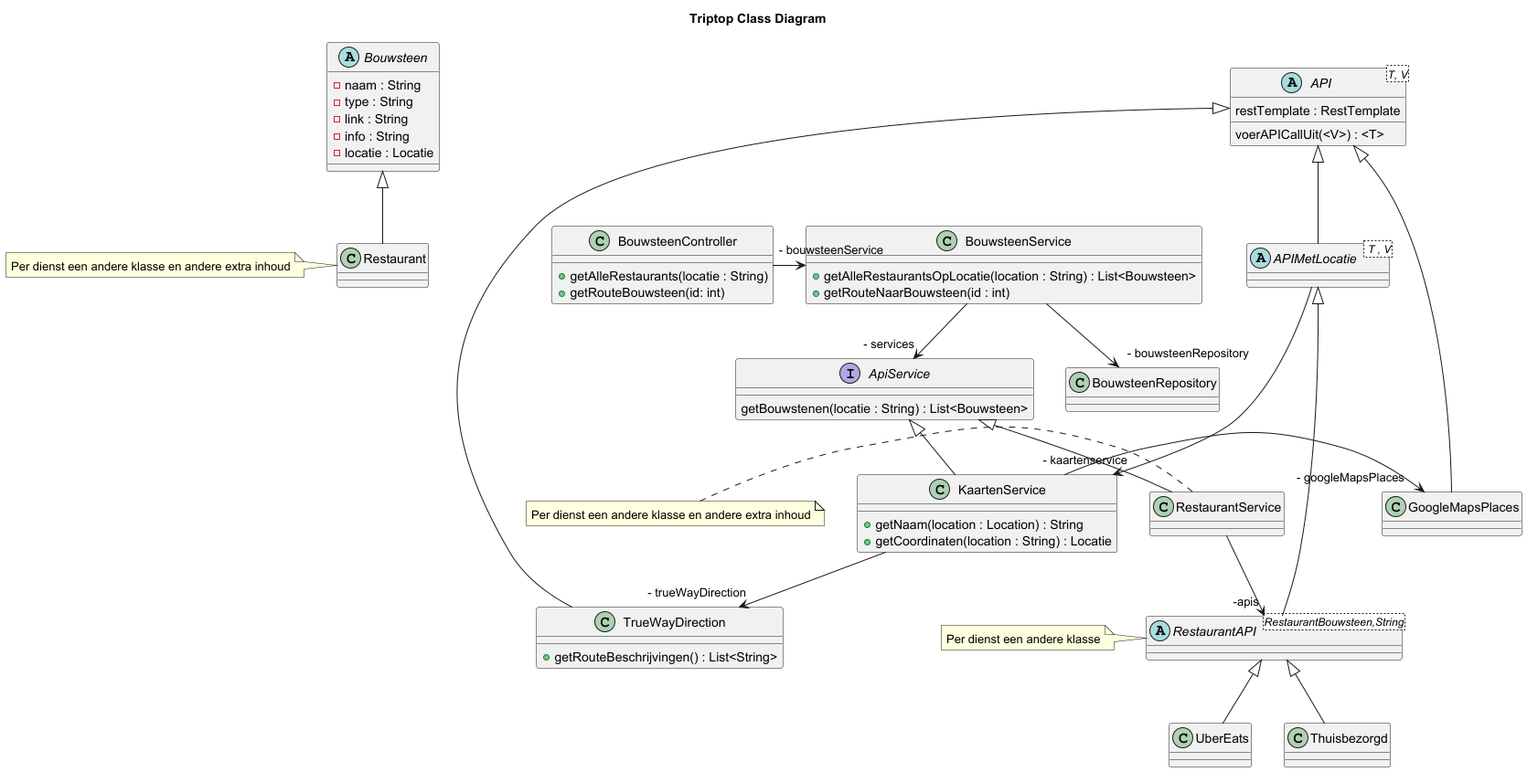
AIM-ENE-feb25/triptop-groep-1-met-third-wheel keeps this PlantUML diagram as software-guidebook/images/class_diagrams/Triptop_Api_Services_Class_Diagram.png. Above is the earlier version.
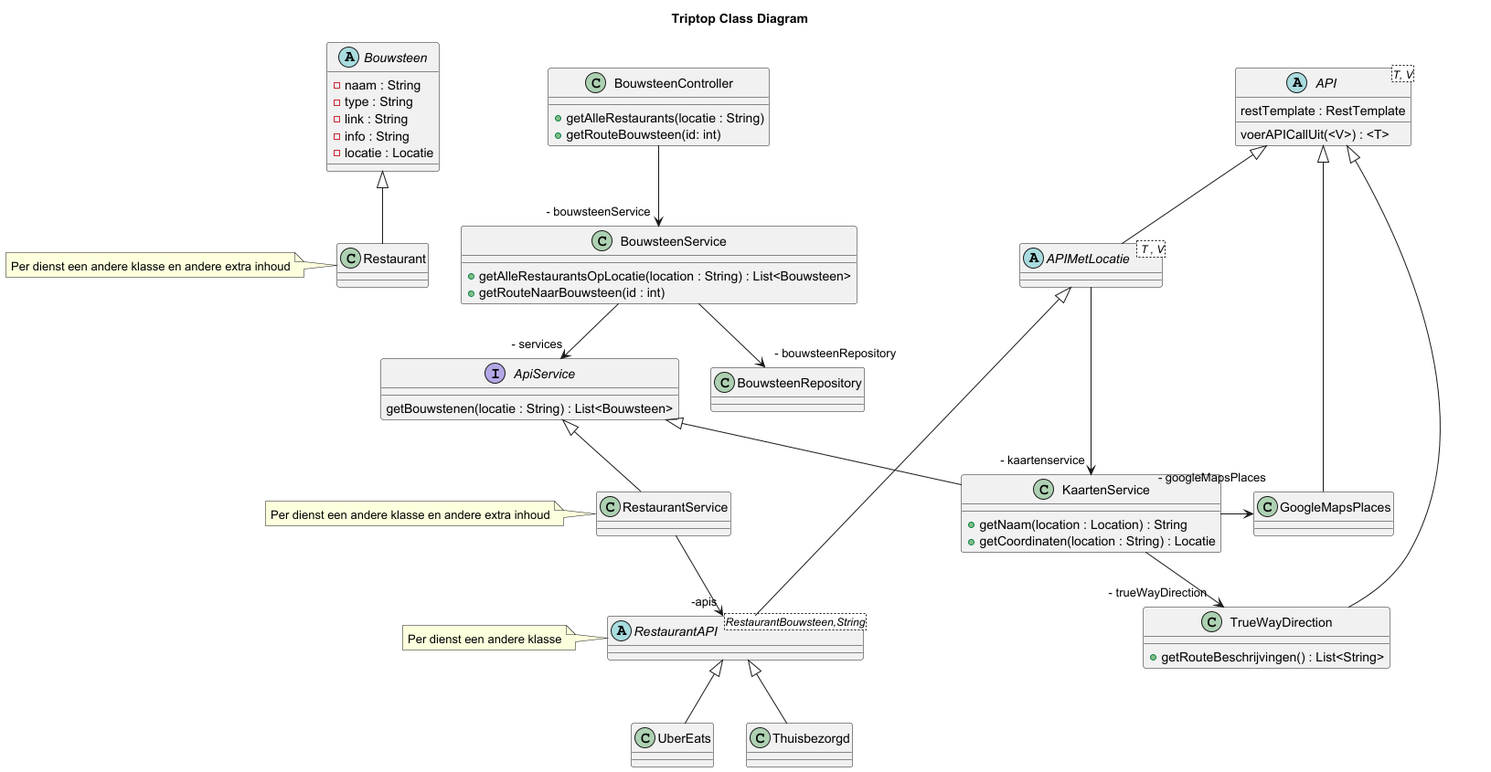
The same diagram one commit later.

Commit message:
Nieuw diagram

Layout veranderd

The edit, as a diff of the source:
```diff
@@ -1,13 +1,6 @@
 @startuml
 title Triptop Class Diagram
 
-class BouwsteenService{
-  +getAlleRestaurantsOpLocatie(location : String) : List<Bouwsteen>
-  +getRouteNaarBouwsteen(id : int)
-}
-
-class BouwsteenRepository {
-}
 abstract class Bouwsteen {
     - naam : String
     - type : String
@@ -19,13 +12,43 @@
 class Restaurant
 note left: Per dienst een andere klasse en andere extra inhoud
 
+Bouwsteen ^-- Restaurant
+
+
+class BouwsteenController {
+    +getAlleRestaurants(locatie : String)
+    +getRouteBouwsteen(id: int)
+}
+
+class BouwsteenService{
+  +getAlleRestaurantsOpLocatie(location : String) : List<Bouwsteen>
+  +getRouteNaarBouwsteen(id : int)
+}
+BouwsteenController --> "- bouwsteenService" BouwsteenService
+
+
+class BouwsteenRepository {
+}
+
+
+
 interface ApiService{
     getBouwstenen(locatie : String) : List<Bouwsteen>
 }
 
+class RestaurantService
+note left: Per dienst een andere klasse en andere extra inhoud
+
+
+
 class KaartenService{
     +getNaam(location : Location) : String
     +getCoordinaten(location : String) : Locatie
+}
+
+class GoogleMapsPlaces
+class TrueWayDirection{
++ getRouteBeschrijvingen() : List<String>
 }
 
 abstract class API <T, V> {
@@ -35,10 +58,7 @@
 
 abstract class APIMetLocatie < T , V>
 
-class BouwsteenController {
-    +getAlleRestaurants(locatie : String)
-    +getRouteBouwsteen(id: int)
-}
+
 
 abstract class RestaurantAPI <RestaurantBouwsteen,String> {
 }
@@ -47,14 +67,7 @@
 
 class UberEats
 class Thuisbezorgd
-class GoogleMapsPlaces
-class TrueWayDirection{
-+ getRouteBeschrijvingen() : List<String>
-}
-class RestaurantService
-note left: Per dienst een andere klasse en andere extra inhoud
 
-Bouwsteen ^-- Restaurant
 BouwsteenService -->" - services" ApiService
 ApiService ^-- RestaurantService
 API ^-- APIMetLocatie
@@ -69,5 +82,4 @@
 KaartenService -->"- trueWayDirection" TrueWayDirection
 KaartenService ->"- googleMapsPlaces" GoogleMapsPlaces
 BouwsteenService --> "- bouwsteenRepository" BouwsteenRepository
-BouwsteenController -> "- bouwsteenService" BouwsteenService
 @enduml
```
